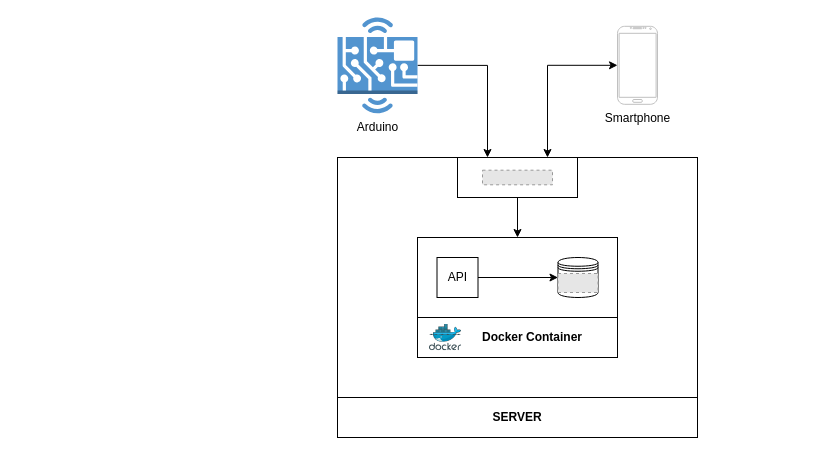
The draw.io diagram page "architecture" (2 of 5) of server/assets/diagram.drawio in vinleeit/smart_bin, before the edit. Source tidied: cells renumbered, new cells numbered last; positions are measured from the earlier drawing's top-left corner, leaving out a move shared by most shapes. Both pictures are drawn from the tidied source at 100%, with x=0, y=0 at pixel (337, 17). Pictures stored in the file or linked from it are replaced by grey dashed boxes.
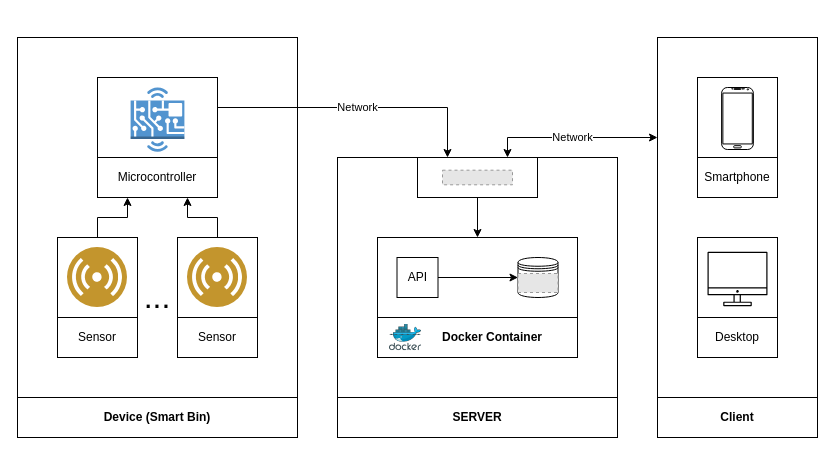
The same page after the edit.

Change to the diagram source:
```diff
@@
-    <mxCell id="2" style="edgeStyle=orthogonalEdgeStyle;rounded=0;jettySize=auto;html=1;entryX=0.25;entryY=0;entryDx=0;entryDy=0;exitX=1;exitY=0.5;exitDx=0;exitDy=0;exitPerimeter=0;" parent="1" edge="1" source="3" target="8">
-      <mxGeometry relative="1" as="geometry" />
-    </mxCell>
-    <mxCell id="3" value="Arduino" style="outlineConnect=0;dashed=0;verticalLabelPosition=bottom;verticalAlign=top;align=center;html=1;shape=mxgraph.aws3.hardware_board;fillColor=#5294CF;gradientColor=none;noLabel=0;labelPadding=-2;portConstraintRotation=0;" parent="1" vertex="1">
-      <mxGeometry width="80" height="95.7" as="geometry" />
-    </mxCell>
-    <mxCell id="4" style="edgeStyle=orthogonalEdgeStyle;rounded=0;jettySize=auto;html=1;entryX=0.75;entryY=0;entryDx=0;entryDy=0;startArrow=classic;startFill=1;" parent="1" edge="1" source="5" target="8">
-      <mxGeometry relative="1" as="geometry" />
-    </mxCell>
-    <mxCell id="5" value="Smartphone" style="verticalLabelPosition=bottom;verticalAlign=top;html=1;shadow=0;dashed=0;strokeWidth=1;shape=mxgraph.android.phone2;strokeColor=#c0c0c0;" parent="1" vertex="1">
-      <mxGeometry x="280" y="8.8" width="40" height="78" as="geometry" />
-    </mxCell>
     <mxCell id="6" style="rounded=0;whiteSpace=wrap;html=1;fillColor=none;" parent="1" vertex="1">
-      <mxGeometry y="140" width="360" height="280" as="geometry" />
+      <mxGeometry y="140" width="280" height="280" as="geometry" />
     </mxCell>
@@
     <mxCell id="8" style="rounded=0;whiteSpace=wrap;html=1;" parent="6" vertex="1">
-      <mxGeometry x="120" width="120" height="40" as="geometry" />
+      <mxGeometry x="80" width="120" height="40" as="geometry" />
     </mxCell>
@@
     <mxCell id="10" value="&lt;b&gt;SERVER&lt;/b&gt;" style="rounded=0;whiteSpace=wrap;html=1;" parent="6" vertex="1">
-      <mxGeometry y="240" width="360" height="40" as="geometry" />
+      <mxGeometry y="240" width="280" height="40" as="geometry" />
     </mxCell>
     <mxCell id="11" style="rounded=0;whiteSpace=wrap;html=1;fillColor=none;" parent="6" vertex="1">
-      <mxGeometry x="80" y="80" width="200" height="120" as="geometry" />
+      <mxGeometry x="40" y="80" width="200" height="120" as="geometry" />
     </mxCell>
@@
+    <mxCell id="20" style="rounded=0;whiteSpace=wrap;html=1;fillColor=none;" parent="1" vertex="1">
+      <mxGeometry x="-320" y="20" width="280" height="400" as="geometry" />
+    </mxCell>
+    <mxCell id="21" value="&lt;b&gt;Device (Smart Bin)&lt;/b&gt;" style="rounded=0;whiteSpace=wrap;html=1;" parent="20" vertex="1">
+      <mxGeometry y="360" width="280" height="40" as="geometry" />
+    </mxCell>
+    <mxCell id="22" style="rounded=0;whiteSpace=wrap;html=1;fillColor=none;" parent="20" vertex="1">
+      <mxGeometry x="160" y="200" width="80" height="120" as="geometry" />
+    </mxCell>
+    <mxCell id="23" value="Sensor" style="rounded=0;whiteSpace=wrap;html=1;" parent="22" vertex="1">
+      <mxGeometry y="80" width="80" height="40" as="geometry" />
+    </mxCell>
+    <mxCell id="24" style="image;perimeter=ellipsePerimeter;html=1;align=center;shadow=0;dashed=0;fontColor=#4277BB;labelBackgroundColor=default;fontSize=12;spacingTop=3;image=img/lib/ibm/users/sensor.svg;" parent="22" vertex="1">
+      <mxGeometry x="10" y="10" width="60" height="60" as="geometry" />
+    </mxCell>
+    <mxCell id="25" style="rounded=0;whiteSpace=wrap;html=1;fillColor=none;" parent="20" vertex="1">
+      <mxGeometry x="40" y="200" width="80" height="120" as="geometry" />
+    </mxCell>
+    <mxCell id="26" value="Sensor" style="rounded=0;whiteSpace=wrap;html=1;" parent="25" vertex="1">
+      <mxGeometry y="80" width="80" height="40" as="geometry" />
+    </mxCell>
+    <mxCell id="27" style="image;perimeter=ellipsePerimeter;html=1;align=center;shadow=0;dashed=0;fontColor=#4277BB;labelBackgroundColor=default;fontSize=12;spacingTop=3;image=img/lib/ibm/users/sensor.svg;" parent="25" vertex="1">
+      <mxGeometry x="10" y="10" width="60" height="60" as="geometry" />
+    </mxCell>
+    <mxCell id="28" value="&lt;font style=&quot;font-size: 32px;&quot;&gt;...&lt;/font&gt;" style="text;html=1;strokeColor=none;fillColor=none;align=center;verticalAlign=middle;whiteSpace=wrap;rounded=0;" parent="20" vertex="1">
+      <mxGeometry x="120" y="245" width="40" height="30" as="geometry" />
+    </mxCell>
+    <mxCell id="29" style="rounded=0;whiteSpace=wrap;html=1;fillColor=none;" parent="20" vertex="1">
+      <mxGeometry x="80" y="40" width="120" height="120" as="geometry" />
+    </mxCell>
+    <mxCell id="30" value="Microcontroller" style="rounded=0;whiteSpace=wrap;html=1;" parent="29" vertex="1">
+      <mxGeometry y="80" width="120" height="40" as="geometry" />
+    </mxCell>
+    <mxCell id="3" style="outlineConnect=0;dashed=0;verticalLabelPosition=bottom;verticalAlign=top;align=center;html=1;shape=mxgraph.aws3.hardware_board;fillColor=#5294CF;gradientColor=none;noLabel=0;labelPadding=-2;portConstraintRotation=0;" parent="29" vertex="1">
+      <mxGeometry x="33.1" y="10" width="53.8" height="64.3" as="geometry" />
+    </mxCell>
+    <mxCell id="31" style="rounded=0;jettySize=auto;html=1;entryX=0.5;entryY=0;entryDx=0;entryDy=0;startArrow=classic;startFill=1;endArrow=none;endFill=0;exitX=0.75;exitY=1;exitDx=0;exitDy=0;edgeStyle=orthogonalEdgeStyle;" parent="20" edge="1" source="30" target="22">
+      <mxGeometry relative="1" as="geometry" />
+    </mxCell>
+    <mxCell id="32" style="rounded=0;jettySize=auto;html=1;entryX=0.5;entryY=0;entryDx=0;entryDy=0;startArrow=classic;startFill=1;endArrow=none;endFill=0;exitX=0.25;exitY=1;exitDx=0;exitDy=0;edgeStyle=orthogonalEdgeStyle;" parent="20" edge="1" source="30" target="25">
+      <mxGeometry relative="1" as="geometry" />
+    </mxCell>
+    <mxCell id="33" style="rounded=0;whiteSpace=wrap;html=1;fillColor=none;" parent="1" vertex="1">
+      <mxGeometry x="320" y="20" width="160" height="400" as="geometry" />
+    </mxCell>
+    <mxCell id="34" value="&lt;b&gt;Client&lt;/b&gt;" style="rounded=0;whiteSpace=wrap;html=1;" parent="33" vertex="1">
+      <mxGeometry y="360" width="160" height="40" as="geometry" />
+    </mxCell>
+    <mxCell id="35" style="rounded=0;whiteSpace=wrap;html=1;fillColor=none;" parent="33" vertex="1">
+      <mxGeometry x="40" y="200" width="80" height="120" as="geometry" />
+    </mxCell>
+    <mxCell id="36" value="Desktop" style="rounded=0;whiteSpace=wrap;html=1;" parent="35" vertex="1">
+      <mxGeometry y="80" width="80" height="40" as="geometry" />
+    </mxCell>
+    <mxCell id="37" style="sketch=0;dashed=0;verticalLabelPosition=bottom;verticalAlign=top;align=center;html=1;fontSize=12;fontStyle=0;shape=mxgraph.aws4.illustration_desktop;strokeColor=default;fillColor=#000000;" parent="35" vertex="1">
+      <mxGeometry x="10" y="14.2" width="60" height="54.6" as="geometry" />
+    </mxCell>
+    <mxCell id="38" style="rounded=0;whiteSpace=wrap;html=1;fillColor=none;" parent="33" vertex="1">
+      <mxGeometry x="40" y="40" width="80" height="120" as="geometry" />
+    </mxCell>
+    <mxCell id="39" value="Smartphone" style="rounded=0;whiteSpace=wrap;html=1;" parent="38" vertex="1">
+      <mxGeometry y="80" width="80" height="40" as="geometry" />
+    </mxCell>
+    <mxCell id="5" style="verticalLabelPosition=bottom;verticalAlign=top;html=1;shadow=0;dashed=0;strokeWidth=1;shape=mxgraph.android.phone2;" parent="38" vertex="1">
+      <mxGeometry x="24.1" y="10" width="31.8" height="62" as="geometry" />
+    </mxCell>
+    <mxCell id="40" value="Network" style="edgeStyle=orthogonalEdgeStyle;rounded=0;jettySize=auto;html=1;entryX=0.25;entryY=0;entryDx=0;entryDy=0;exitX=1;exitY=0.25;exitDx=0;exitDy=0;" parent="1" edge="1" source="29" target="8">
+      <mxGeometry relative="1" as="geometry" />
+    </mxCell>
+    <mxCell id="41" value="Network" style="edgeStyle=orthogonalEdgeStyle;rounded=0;jettySize=auto;html=1;entryX=0;entryY=0.25;entryDx=0;entryDy=0;exitX=0.75;exitY=0;exitDx=0;exitDy=0;startArrow=classic;startFill=1;" parent="1" edge="1" source="8" target="33">
+      <mxGeometry relative="1" as="geometry" />
+    </mxCell>
```
